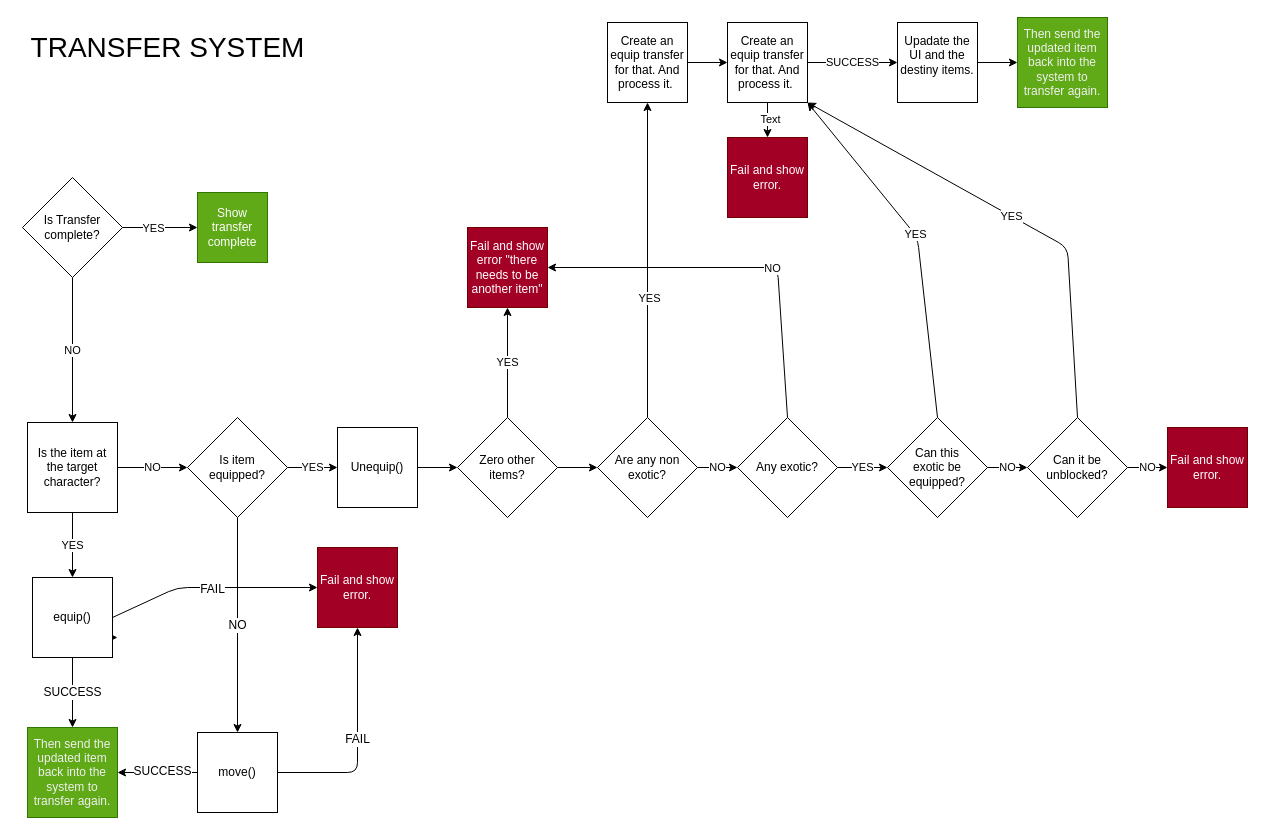
The draw.io diagram mono/docs/starlight/src/transferSystem.dio in NigelBreslaw/guardian-ghost, before the edit. Source tidied: cells renumbered, new cells numbered last; positions are measured from the earlier drawing's top-left corner, leaving out a move shared by most shapes. Both pictures are drawn from the tidied source at 100%, with x=0, y=0 at pixel (17, 17).
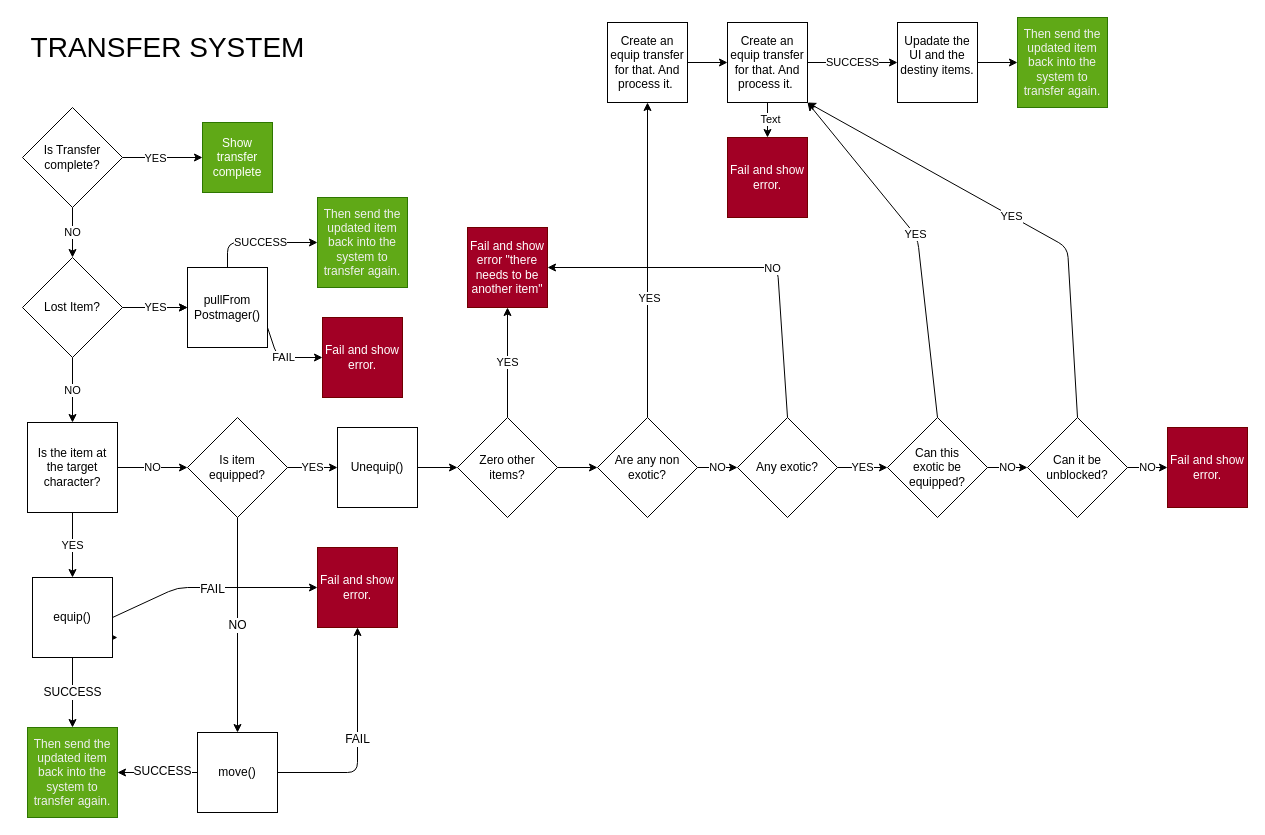
After the change.

Commit message:
docs: Update transfer diagram with postermaster

Unchanged cells that the change refers to:
```xml
<mxCell id="43" value="Is the item at the target character?" style="whiteSpace=wrap;html=1;" parent="1" vertex="1">
  <mxGeometry x="10" y="405" width="90" height="90" as="geometry" />
</mxCell>
```

What changed in the source:
```diff
@@
-    <mxCell id="4" value="NO" style="edgeStyle=none;html=1;exitX=0.5;exitY=1;exitDx=0;exitDy=0;entryX=0.5;entryY=0;entryDx=0;entryDy=0;" parent="1" edge="1" source="5" target="43">
-      <mxGeometry relative="1" as="geometry" />
-    </mxCell>
+    <mxCell id="56" value="NO" style="edgeStyle=none;html=1;exitX=0.5;exitY=1;exitDx=0;exitDy=0;entryX=0.5;entryY=0;entryDx=0;entryDy=0;" parent="1" edge="1" source="5" target="60">
+      <mxGeometry relative="1" as="geometry" />
+    </mxCell>
     <mxCell id="5" value="Is Transfer complete?" style="rhombus;whiteSpace=wrap;html=1;" parent="1" vertex="1">
-      <mxGeometry x="5" y="160" width="100" height="100" as="geometry" />
+      <mxGeometry x="5" y="90" width="100" height="100" as="geometry" />
     </mxCell>
     <mxCell id="6" value="Show transfer complete" style="whiteSpace=wrap;html=1;fillColor=#60a917;fontColor=#ffffff;strokeColor=#2D7600;" parent="1" vertex="1">
-      <mxGeometry x="180" y="175" width="70" height="70" as="geometry" />
+      <mxGeometry x="185" y="105" width="70" height="70" as="geometry" />
     </mxCell>
@@
+    <mxCell id="57" style="edgeStyle=none;html=1;exitX=1;exitY=0.5;exitDx=0;exitDy=0;entryX=0;entryY=0.5;entryDx=0;entryDy=0;" parent="1" edge="1" source="60" target="63">
+      <mxGeometry relative="1" as="geometry" />
+    </mxCell>
+    <mxCell id="58" value="YES" style="edgeStyle=none;html=1;" parent="1" edge="1" source="60" target="63">
+      <mxGeometry relative="1" as="geometry" />
+    </mxCell>
+    <mxCell id="59" value="NO" style="edgeStyle=none;html=1;exitX=0.5;exitY=1;exitDx=0;exitDy=0;entryX=0.5;entryY=0;entryDx=0;entryDy=0;" parent="1" edge="1" source="60" target="43">
+      <mxGeometry relative="1" as="geometry" />
+    </mxCell>
+    <mxCell id="60" value="Lost Item?" style="rhombus;whiteSpace=wrap;html=1;" parent="1" vertex="1">
+      <mxGeometry x="5" y="240" width="100" height="100" as="geometry" />
+    </mxCell>
+    <mxCell id="61" value="SUCCESS" style="edgeStyle=none;html=1;exitX=0.5;exitY=0;exitDx=0;exitDy=0;entryX=0;entryY=0.5;entryDx=0;entryDy=0;" parent="1" edge="1" source="63" target="64">
+      <mxGeometry relative="1" as="geometry">
+        <Array as="points">
+          <mxPoint x="210" y="225" />
+        </Array>
+      </mxGeometry>
+    </mxCell>
+    <mxCell id="62" value="FAIL" style="edgeStyle=none;html=1;exitX=1;exitY=0.75;exitDx=0;exitDy=0;entryX=0;entryY=0.5;entryDx=0;entryDy=0;" parent="1" edge="1" source="63" target="65">
+      <mxGeometry relative="1" as="geometry">
+        <Array as="points">
+          <mxPoint x="260" y="340" />
+        </Array>
+      </mxGeometry>
+    </mxCell>
+    <mxCell id="63" value="pullFrom&lt;br&gt;Postmager()" style="whiteSpace=wrap;html=1;" parent="1" vertex="1">
+      <mxGeometry x="170" y="250" width="80" height="80" as="geometry" />
+    </mxCell>
+    <mxCell id="64" value="&lt;span style=&quot;color: rgb(240, 240, 240);&quot;&gt;Then send the updated item back into the system to transfer again.&lt;br&gt;&lt;/span&gt;" style="whiteSpace=wrap;html=1;fillColor=#60a917;fontColor=#ffffff;strokeColor=#2D7600;" parent="1" vertex="1">
+      <mxGeometry x="300" y="180" width="90" height="90" as="geometry" />
+    </mxCell>
+    <mxCell id="65" value="Fail and show error." style="whiteSpace=wrap;html=1;fillColor=#a20025;fontColor=#ffffff;strokeColor=#6F0000;" parent="1" vertex="1">
+      <mxGeometry x="305" y="300" width="80" height="80" as="geometry" />
+    </mxCell>
```
